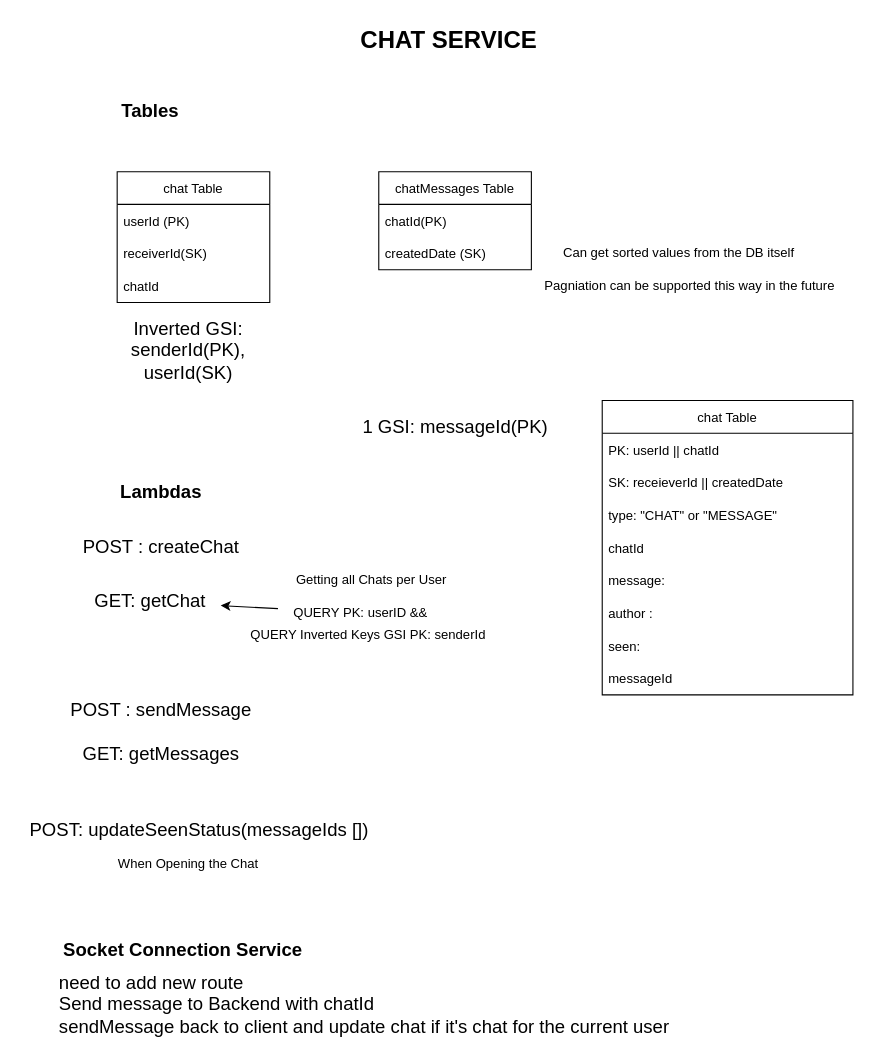
Before: in-app-chat.drawio in heshanWick/superglu-diagrams, a draw.io diagram. Source tidied: cells renumbered, new cells numbered last; positions are measured from the earlier drawing's top-left corner, leaving out a move shared by most shapes. Both pictures are drawn from the tidied source at 109%, with x=0, y=0 at pixel (19, 19).
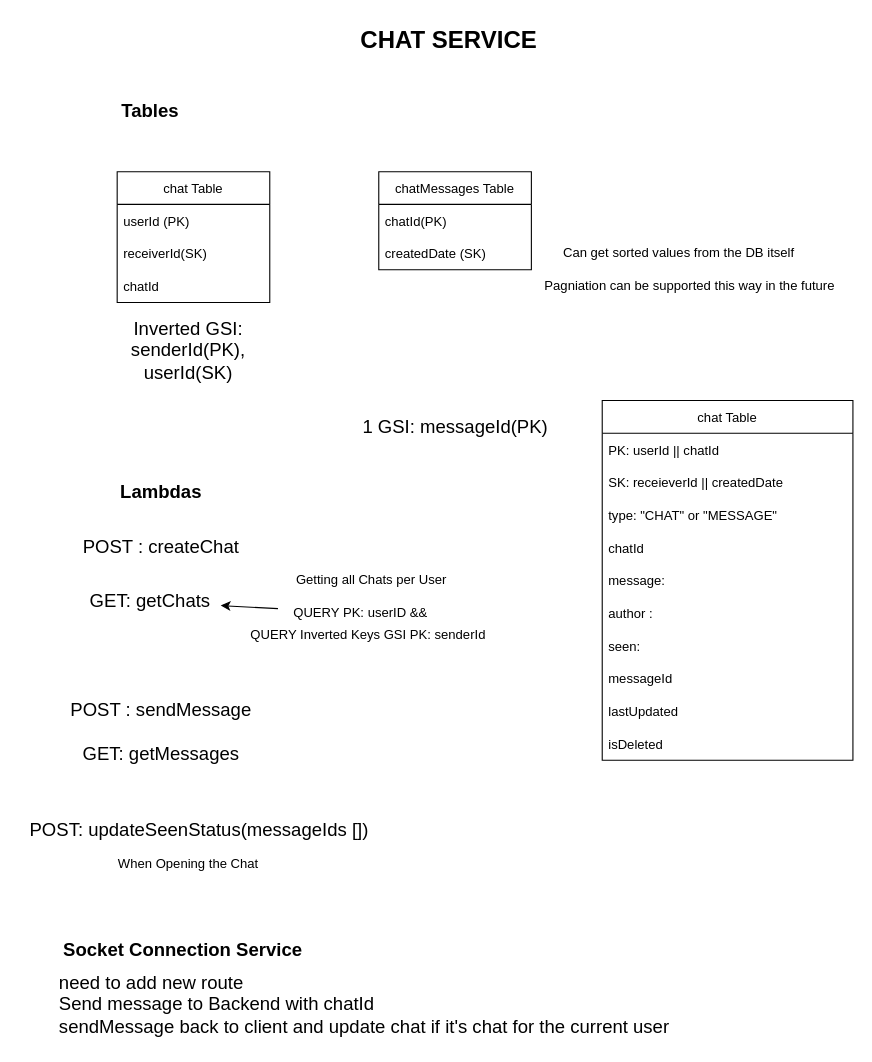
The same page after the edit.

Change to the diagram source:
```diff
@@
-    <mxCell id="18" value="GET: getChat" style="text;html=1;align=center;verticalAlign=middle;points=[];strokeColor=none;fillColor=none;fontSize=17;" parent="1" vertex="1">
+    <mxCell id="18" value="GET: getChats" style="text;html=1;align=center;verticalAlign=middle;points=[];strokeColor=none;fillColor=none;fontSize=17;" parent="1" vertex="1">
       <mxGeometry x="55" y="519.5" width="130" height="30" as="geometry" />
     </mxCell>
@@
     <mxCell id="28" value="chat Table" style="swimlane;fontStyle=0;horizontal=1;startSize=30;" parent="1" vertex="1">
-      <mxGeometry x="535" y="350" width="230" height="270" as="geometry" />
+      <mxGeometry x="535" y="350" width="230" height="330" as="geometry" />
     </mxCell>
@@
+    <mxCell id="37" value="lastUpdated" style="text;strokeColor=none;fillColor=none;align=left;verticalAlign=middle;spacingLeft=4;spacingRight=4;overflow=hidden;" parent="28" vertex="1">
+      <mxGeometry y="270" width="230" height="30" as="geometry" />
+    </mxCell>
+    <mxCell id="38" value="isDeleted" style="text;strokeColor=none;fillColor=none;align=left;verticalAlign=middle;spacingLeft=4;spacingRight=4;overflow=hidden;" parent="28" vertex="1">
+      <mxGeometry y="300" width="230" height="30" as="geometry" />
+    </mxCell>
```
